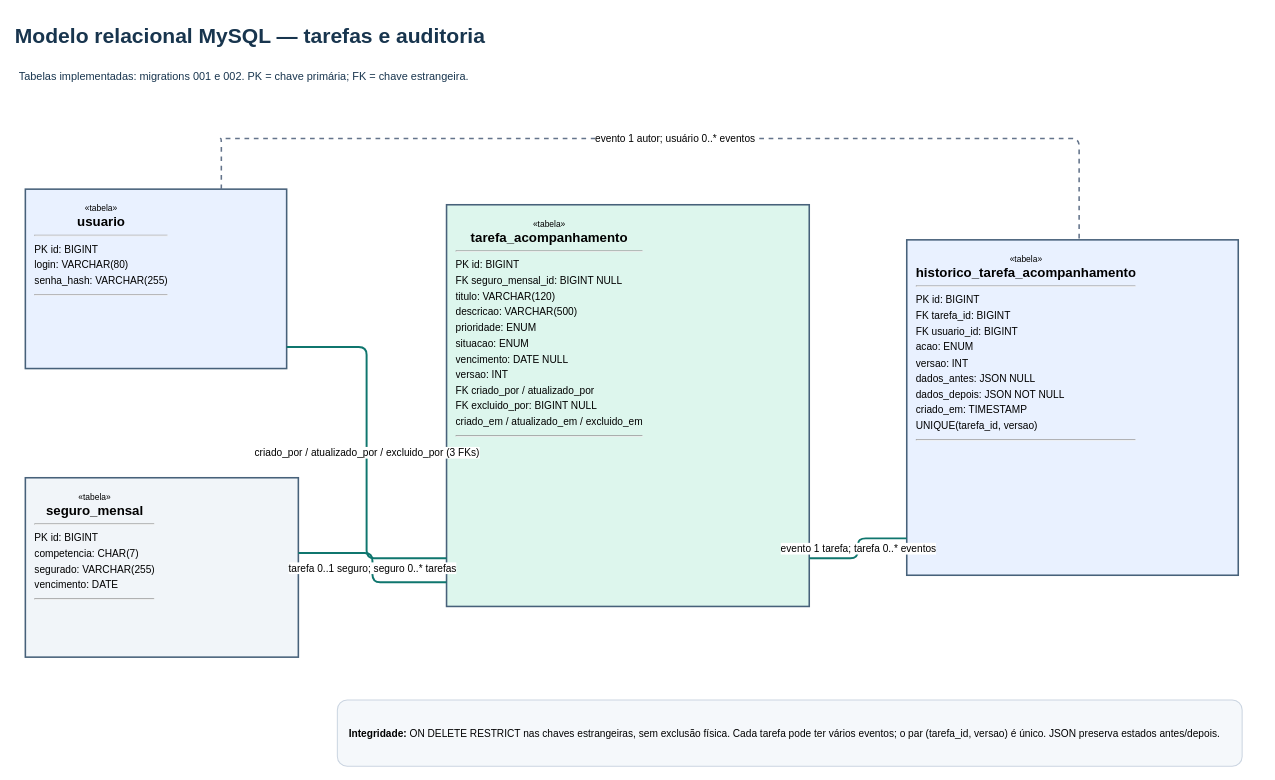
Earlier version of the draw.io diagram diagramas-corrigidos-editaveis/05-modelo-relacional.drawio (brunorobertocataneo/Monitorrenova). Source tidied: cells renumbered, new cells numbered last; positions are measured from the earlier drawing's top-left corner, leaving out a move shared by most shapes. Both pictures are drawn from the tidied source at 78%, with x=0, y=0 at pixel (13, 13).
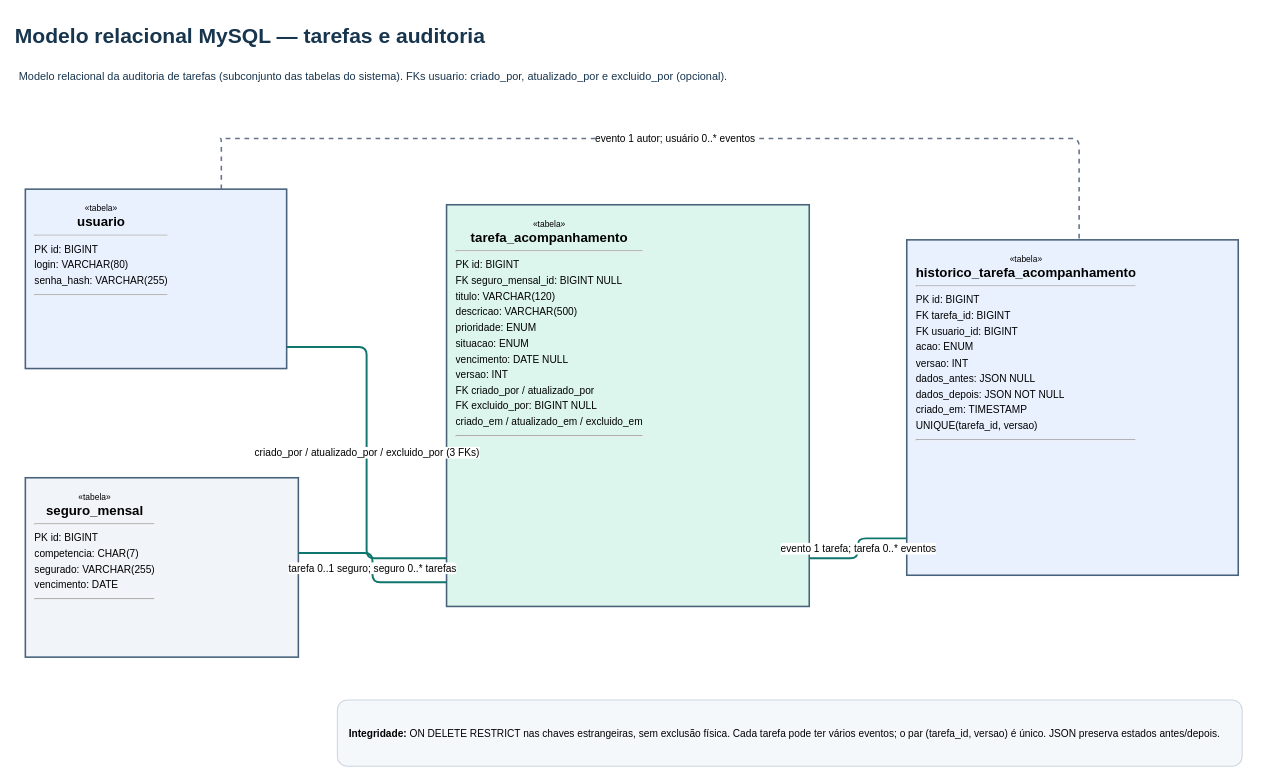
Above is the later version.

Change to the diagram source:
```diff
@@
 <mxGraphModel>
   <root>
     <mxCell id="0" />
     <mxCell id="1" parent="0" />
     <mxCell id="2" value="&lt;b style=&quot;font-size:27px&quot;&gt;Modelo relacional MySQL — tarefas e auditoria&lt;/b&gt;" style="rounded=0;whiteSpace=wrap;html=1;fillColor=none;strokeColor=none;align=left;verticalAlign=middle;fontSize=25;fontColor=#18354E;" parent="1" vertex="1">
       <mxGeometry width="1600" height="58" as="geometry" />
     </mxCell>
-    <mxCell id="3" value="Tabelas implementadas: migrations 001 e 002. PK = chave primária; FK = chave estrangeira." style="rounded=0;whiteSpace=wrap;html=1;fillColor=none;strokeColor=none;align=left;verticalAlign=middle;fontSize=14;fontColor=#18354E;" parent="1" vertex="1">
+    <mxCell id="3" value="Modelo relacional da auditoria de tarefas (subconjunto das tabelas do sistema). FKs usuario: criado_por, atualizado_por e excluido_por (opcional)." style="rounded=0;whiteSpace=wrap;html=1;fillColor=none;strokeColor=none;align=left;verticalAlign=middle;fontSize=14;fontColor=#18354E;" parent="1" vertex="1">
       <mxGeometry x="5" y="58" width="1590" height="45" as="geometry" />
     </mxCell>
     <mxCell id="4" value="&lt;div style=&quot;text-align:center&quot;&gt;&lt;small&gt;«tabela»&lt;/small&gt;&lt;br/&gt;&lt;b style=&quot;font-size:17px&quot;&gt;usuario&lt;/b&gt;&lt;/div&gt;&lt;hr/&gt;&lt;div style=&quot;font-size:13px;line-height:1.55&quot;&gt;PK id: BIGINT&lt;br/&gt;login: VARCHAR(80)&lt;br/&gt;senha_hash: VARCHAR(255)&lt;/div&gt;&lt;hr/&gt;&lt;div style=&quot;font-size:13px;line-height:1.55&quot;&gt;&lt;/div&gt;" style="rounded=0;whiteSpace=wrap;html=1;fillColor=#E9F1FF;strokeColor=#47617A;strokeWidth=2;align=left;verticalAlign=top;spacing=12;overflow=hidden;fontSize=13;" parent="1" vertex="1">
       <mxGeometry x="15" y="225" width="335" height="230" as="geometry" />
     </mxCell>
     <mxCell id="5" value="&lt;div style=&quot;text-align:center&quot;&gt;&lt;small&gt;«tabela»&lt;/small&gt;&lt;br/&gt;&lt;b style=&quot;font-size:17px&quot;&gt;seguro_mensal&lt;/b&gt;&lt;/div&gt;&lt;hr/&gt;&lt;div style=&quot;font-size:13px;line-height:1.55&quot;&gt;PK id: BIGINT&lt;br/&gt;competencia: CHAR(7)&lt;br/&gt;segurado: VARCHAR(255)&lt;br/&gt;vencimento: DATE&lt;/div&gt;&lt;hr/&gt;&lt;div style=&quot;font-size:13px;line-height:1.55&quot;&gt;&lt;/div&gt;" style="rounded=0;whiteSpace=wrap;html=1;fillColor=#F1F5F9;strokeColor=#47617A;strokeWidth=2;align=left;verticalAlign=top;spacing=12;overflow=hidden;fontSize=13;" parent="1" vertex="1">
       <mxGeometry x="15" y="595" width="350" height="230" as="geometry" />
     </mxCell>
     <mxCell id="6" value="&lt;div style=&quot;text-align:center&quot;&gt;&lt;small&gt;«tabela»&lt;/small&gt;&lt;br/&gt;&lt;b style=&quot;font-size:17px&quot;&gt;tarefa_acompanhamento&lt;/b&gt;&lt;/div&gt;&lt;hr/&gt;&lt;div style=&quot;font-size:13px;line-height:1.55&quot;&gt;PK id: BIGINT&lt;br/&gt;FK seguro_mensal_id: BIGINT NULL&lt;br/&gt;titulo: VARCHAR(120)&lt;br/&gt;descricao: VARCHAR(500)&lt;br/&gt;prioridade: ENUM&lt;br/&gt;situacao: ENUM&lt;br/&gt;vencimento: DATE NULL&lt;br/&gt;versao: INT&lt;br/&gt;FK criado_por / atualizado_por&lt;br/&gt;FK excluido_por: BIGINT NULL&lt;br/&gt;criado_em / atualizado_em / excluido_em&lt;/div&gt;&lt;hr/&gt;&lt;div style=&quot;font-size:13px;line-height:1.55&quot;&gt;&lt;/div&gt;" style="rounded=0;whiteSpace=wrap;html=1;fillColor=#DDF6ED;strokeColor=#47617A;strokeWidth=2;align=left;verticalAlign=top;spacing=12;overflow=hidden;fontSize=13;" parent="1" vertex="1">
       <mxGeometry x="555" y="245" width="465" height="515" as="geometry" />
     </mxCell>
     <mxCell id="7" value="&lt;div style=&quot;text-align:center&quot;&gt;&lt;small&gt;«tabela»&lt;/small&gt;&lt;br/&gt;&lt;b style=&quot;font-size:17px&quot;&gt;historico_tarefa_acompanhamento&lt;/b&gt;&lt;/div&gt;&lt;hr/&gt;&lt;div style=&quot;font-size:13px;line-height:1.55&quot;&gt;PK id: BIGINT&lt;br/&gt;FK tarefa_id: BIGINT&lt;br/&gt;FK usuario_id: BIGINT&lt;br/&gt;acao: ENUM&lt;br/&gt;versao: INT&lt;br/&gt;dados_antes: JSON NULL&lt;br/&gt;dados_depois: JSON NOT NULL&lt;br/&gt;criado_em: TIMESTAMP&lt;br/&gt;UNIQUE(tarefa_id, versao)&lt;/div&gt;&lt;hr/&gt;&lt;div style=&quot;font-size:13px;line-height:1.55&quot;&gt;&lt;/div&gt;" style="rounded=0;whiteSpace=wrap;html=1;fillColor=#E9F1FF;strokeColor=#47617A;strokeWidth=2;align=left;verticalAlign=top;spacing=12;overflow=hidden;fontSize=13;" parent="1" vertex="1">
       <mxGeometry x="1145" y="290" width="425" height="430" as="geometry" />
     </mxCell>
     <mxCell id="8" value="criado_por / atualizado_por / excluido_por (3 FKs)" style="edgeStyle=orthogonalEdgeStyle;rounded=1;endArrow=none;strokeColor=#0F766E;strokeWidth=2.5;fontSize=13;html=1;labelBackgroundColor=#FFFFFF;exitX=1;exitY=0.88;entryX=0;entryY=0.88;" parent="1" edge="1" source="4" target="6">
       <mxGeometry relative="1" as="geometry" />
     </mxCell>
     <mxCell id="9" value="tarefa 0..1 seguro; seguro 0..* tarefas" style="edgeStyle=orthogonalEdgeStyle;rounded=1;endArrow=none;strokeColor=#0F766E;strokeWidth=2.5;fontSize=13;html=1;labelBackgroundColor=#FFFFFF;exitX=1;exitY=0.42;entryX=0;entryY=0.94;" parent="1" edge="1" source="5" target="6">
       <mxGeometry relative="1" as="geometry" />
     </mxCell>
     <mxCell id="10" value="evento 1 tarefa; tarefa 0..* eventos" style="edgeStyle=orthogonalEdgeStyle;rounded=1;endArrow=none;strokeColor=#0F766E;strokeWidth=2.5;fontSize=13;html=1;labelBackgroundColor=#FFFFFF;exitX=1;exitY=0.88;entryX=0;entryY=0.89;" parent="1" edge="1" source="6" target="7">
       <mxGeometry relative="1" as="geometry" />
     </mxCell>
     <mxCell id="11" value="evento 1 autor; usuário 0..* eventos" style="edgeStyle=orthogonalEdgeStyle;rounded=1;endArrow=none;dashed=1;strokeColor=#64748B;strokeWidth=2;fontSize=13;html=1;labelBackgroundColor=#FFFFFF;exitX=0.75;exitY=0;entryX=0.52;entryY=0;" parent="1" edge="1" source="4" target="7">
       <mxGeometry relative="1" as="geometry">
         <Array as="points">
           <mxPoint x="265" y="160" />
           <mxPoint x="1365" y="160" />
         </Array>
       </mxGeometry>
     </mxCell>
     <mxCell id="12" value="&lt;b&gt;Integridade:&lt;/b&gt; ON DELETE RESTRICT nas chaves estrangeiras, sem exclusão física. Cada tarefa pode ter vários eventos; o par (tarefa_id, versao) é único. JSON preserva estados antes/depois." style="rounded=1;whiteSpace=wrap;html=1;fillColor=#F5F8FB;strokeColor=#CBD5E1;strokeWidth=1.3;align=left;verticalAlign=middle;spacing=15;fontSize=13;" parent="1" vertex="1">
       <mxGeometry x="415" y="880" width="1160" height="85" as="geometry" />
     </mxCell>
   </root>
 </mxGraphModel>
```
